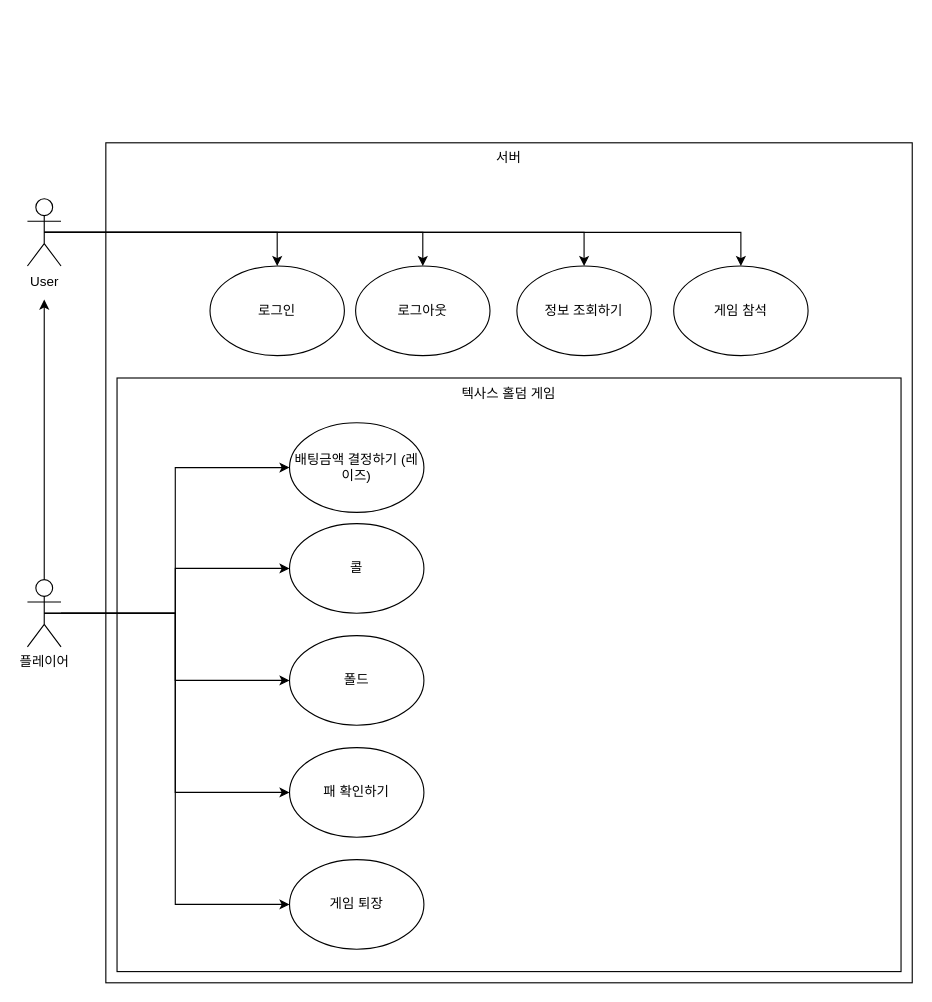
Before: Untitled Diagram.drawio in seonmin8284/Poker, a draw.io diagram. Source tidied: cells renumbered, new cells numbered last; positions are measured from the earlier drawing's top-left corner, leaving out a move shared by most shapes. Both pictures are drawn from the tidied source at 112%, with x=0, y=0 at pixel (27, 142).
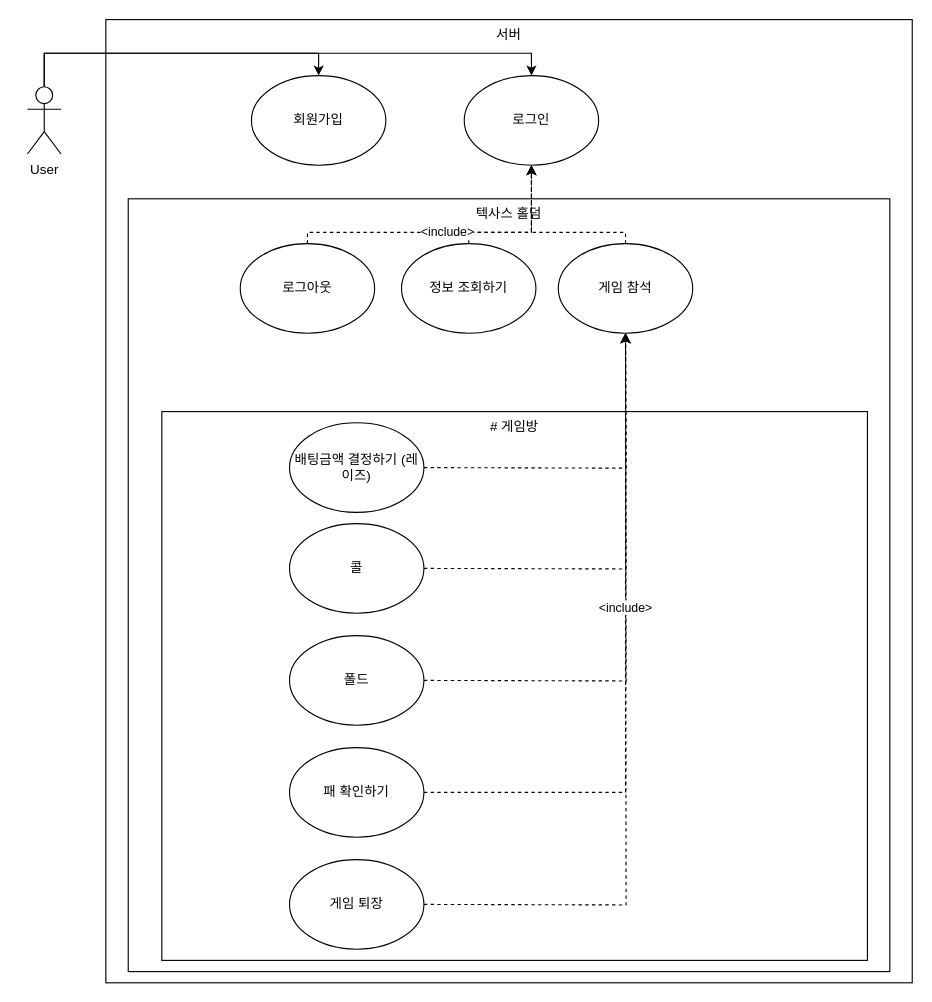
The same page after the edit.

The change refers to these unchanged cells:
```xml
<mxCell id="13" value="배팅금액 결정하기 (레이즈)" style="ellipse;whiteSpace=wrap;html=1;" parent="1" vertex="1">
  <mxGeometry x="234" y="250" width="120" height="80" as="geometry" />
</mxCell>
<mxCell id="14" value="콜" style="ellipse;whiteSpace=wrap;html=1;" parent="1" vertex="1">
  <mxGeometry x="234" y="340" width="120" height="80" as="geometry" />
</mxCell>
<mxCell id="15" value="폴드" style="ellipse;whiteSpace=wrap;html=1;" parent="1" vertex="1">
  <mxGeometry x="234" y="440" width="120" height="80" as="geometry" />
</mxCell>
<mxCell id="23" value="게임 퇴장" style="ellipse;whiteSpace=wrap;html=1;" parent="1" vertex="1">
  <mxGeometry x="234" y="640" width="120" height="80" as="geometry" />
</mxCell>
<mxCell id="24" value="패 확인하기" style="ellipse;whiteSpace=wrap;html=1;" parent="1" vertex="1">
  <mxGeometry x="234" y="540" width="120" height="80" as="geometry" />
</mxCell>
```

Diff of the diagram source:
```diff
@@
     <mxCell id="2" value="서버" style="rounded=0;whiteSpace=wrap;html=1;verticalAlign=top;" parent="1" vertex="1">
-      <mxGeometry x="70" width="720" height="750" as="geometry" />
+      <mxGeometry x="70" y="-110" width="720" height="860" as="geometry" />
     </mxCell>
-    <mxCell id="3" value="텍사스 홀덤 게임" style="rounded=0;whiteSpace=wrap;html=1;verticalAlign=top;" parent="1" vertex="1">
-      <mxGeometry x="80" y="210" width="700" height="530" as="geometry" />
+    <mxCell id="3" value="텍사스 홀덤" style="rounded=0;whiteSpace=wrap;html=1;verticalAlign=top;" parent="1" vertex="1">
+      <mxGeometry x="90" y="50" width="680" height="690" as="geometry" />
     </mxCell>
-    <mxCell id="4" style="edgeStyle=orthogonalEdgeStyle;rounded=0;jettySize=auto;html=1;entryX=0;entryY=0.5;entryDx=0;entryDy=0;" parent="1" edge="1" source="10" target="13">
-      <mxGeometry relative="1" as="geometry" />
-    </mxCell>
-    <mxCell id="5" style="edgeStyle=orthogonalEdgeStyle;rounded=0;jettySize=auto;html=1;entryX=0;entryY=0.5;entryDx=0;entryDy=0;" parent="1" edge="1" source="10" target="14">
-      <mxGeometry relative="1" as="geometry" />
-    </mxCell>
-    <mxCell id="6" style="edgeStyle=orthogonalEdgeStyle;rounded=0;jettySize=auto;html=1;exitX=0.5;exitY=0.5;exitDx=0;exitDy=0;exitPerimeter=0;entryX=0;entryY=0.5;entryDx=0;entryDy=0;" parent="1" edge="1" source="10" target="15">
-      <mxGeometry relative="1" as="geometry" />
-    </mxCell>
-    <mxCell id="7" style="edgeStyle=orthogonalEdgeStyle;rounded=0;jettySize=auto;html=1;exitX=0.5;exitY=0;exitDx=0;exitDy=0;exitPerimeter=0;" parent="1" edge="1" source="10">
-      <mxGeometry relative="1" as="geometry">
-        <mxPoint x="15" y="140" as="targetPoint" />
-      </mxGeometry>
-    </mxCell>
-    <mxCell id="8" style="edgeStyle=orthogonalEdgeStyle;rounded=0;jettySize=auto;html=1;exitX=0.5;exitY=0.5;exitDx=0;exitDy=0;exitPerimeter=0;entryX=0;entryY=0.5;entryDx=0;entryDy=0;" parent="1" edge="1" source="10" target="23">
-      <mxGeometry relative="1" as="geometry" />
-    </mxCell>
-    <mxCell id="9" style="edgeStyle=orthogonalEdgeStyle;rounded=0;jettySize=auto;html=1;exitX=0.5;exitY=0.5;exitDx=0;exitDy=0;exitPerimeter=0;entryX=0;entryY=0.5;entryDx=0;entryDy=0;" parent="1" edge="1" source="10" target="24">
-      <mxGeometry relative="1" as="geometry" />
-    </mxCell>
-    <mxCell id="10" value="플레이어" style="shape=umlActor;verticalLabelPosition=bottom;verticalAlign=top;html=1;outlineConnect=0;" parent="1" vertex="1">
-      <mxGeometry y="390" width="30" height="60" as="geometry" />
-    </mxCell>
-    <mxCell id="11" style="edgeStyle=orthogonalEdgeStyle;rounded=0;jettySize=auto;html=1;endArrow=classic;endFill=1;exitX=0.5;exitY=0.5;exitDx=0;exitDy=0;exitPerimeter=0;entryX=0.5;entryY=0;entryDx=0;entryDy=0;" parent="1" edge="1" source="19" target="12">
-      <mxGeometry relative="1" as="geometry">
-        <Array as="points">
-          <mxPoint x="637" y="80" />
-        </Array>
-      </mxGeometry>
-    </mxCell>
+    <mxCell id="25" value="# 게임방" style="rounded=0;whiteSpace=wrap;html=1;verticalAlign=top;" parent="1" vertex="1">
+      <mxGeometry x="120" y="240" width="630" height="490" as="geometry" />
+    </mxCell>
+    <mxCell id="26" style="edgeStyle=orthogonalEdgeStyle;rounded=0;jettySize=auto;html=1;endArrow=classic;endFill=1;entryX=0.5;entryY=1;entryDx=0;entryDy=0;dashed=1;" parent="1" edge="1" source="12" target="21">
+      <mxGeometry relative="1" as="geometry">
+        <Array as="points">
+          <mxPoint x="534" y="80" />
+          <mxPoint x="450" y="80" />
+        </Array>
+      </mxGeometry>
+    </mxCell>
     <mxCell id="12" value="게임 참석" style="ellipse;whiteSpace=wrap;html=1;" parent="1" vertex="1">
-      <mxGeometry x="577" y="110" width="120" height="80" as="geometry" />
+      <mxGeometry x="474" y="90" width="120" height="80" as="geometry" />
     </mxCell>
@@
-    <mxCell id="16" style="edgeStyle=orthogonalEdgeStyle;rounded=0;jettySize=auto;html=1;exitX=0.5;exitY=0.5;exitDx=0;exitDy=0;exitPerimeter=0;entryX=0.5;entryY=0;entryDx=0;entryDy=0;" parent="1" edge="1" source="19" target="20">
-      <mxGeometry relative="1" as="geometry" />
-    </mxCell>
-    <mxCell id="17" style="edgeStyle=orthogonalEdgeStyle;rounded=0;jettySize=auto;html=1;exitX=0.5;exitY=0.5;exitDx=0;exitDy=0;exitPerimeter=0;entryX=0.5;entryY=0;entryDx=0;entryDy=0;" parent="1" edge="1" source="19" target="21">
-      <mxGeometry relative="1" as="geometry" />
-    </mxCell>
-    <mxCell id="18" style="edgeStyle=orthogonalEdgeStyle;rounded=0;jettySize=auto;html=1;exitX=0.5;exitY=0.5;exitDx=0;exitDy=0;exitPerimeter=0;entryX=0.5;entryY=0;entryDx=0;entryDy=0;" parent="1" edge="1" source="19" target="22">
-      <mxGeometry relative="1" as="geometry" />
-    </mxCell>
-    <mxCell id="19" value="User" style="shape=umlActor;verticalLabelPosition=bottom;verticalAlign=top;html=1;outlineConnect=0;" parent="1" vertex="1">
-      <mxGeometry y="50" width="30" height="60" as="geometry" />
-    </mxCell>
+    <mxCell id="27" style="edgeStyle=orthogonalEdgeStyle;rounded=0;jettySize=auto;html=1;endArrow=classic;endFill=1;dashed=1;" parent="1" edge="1" source="20">
+      <mxGeometry relative="1" as="geometry">
+        <mxPoint x="450" y="20" as="targetPoint" />
+        <Array as="points">
+          <mxPoint x="394" y="80" />
+          <mxPoint x="450" y="80" />
+        </Array>
+      </mxGeometry>
+    </mxCell>
     <mxCell id="20" value="정보 조회하기" style="ellipse;whiteSpace=wrap;html=1;" parent="1" vertex="1">
-      <mxGeometry x="437" y="110" width="120" height="80" as="geometry" />
+      <mxGeometry x="334" y="90" width="120" height="80" as="geometry" />
     </mxCell>
-    <mxCell id="21" value="로그인" style="ellipse;whiteSpace=wrap;html=1;" parent="1" vertex="1">
-      <mxGeometry x="163" y="110" width="120" height="80" as="geometry" />
-    </mxCell>
+    <mxCell id="28" value="&amp;lt;include&amp;gt;" style="edgeStyle=orthogonalEdgeStyle;rounded=0;jettySize=auto;html=1;entryX=0.5;entryY=1;entryDx=0;entryDy=0;endArrow=classic;endFill=1;dashed=1;" parent="1" edge="1" source="22" target="21">
+      <mxGeometry relative="1" as="geometry">
+        <Array as="points">
+          <mxPoint x="250" y="80" />
+          <mxPoint x="450" y="80" />
+        </Array>
+      </mxGeometry>
+    </mxCell>
     <mxCell id="22" value="로그아웃" style="ellipse;whiteSpace=wrap;html=1;" parent="1" vertex="1">
-      <mxGeometry x="293" y="110" width="120" height="80" as="geometry" />
+      <mxGeometry x="190" y="90" width="120" height="80" as="geometry" />
     </mxCell>
@@
+    <mxCell id="29" style="edgeStyle=orthogonalEdgeStyle;rounded=0;jettySize=auto;html=1;endArrow=classic;endFill=1;dashed=1;" parent="1" edge="1" source="24" target="12">
+      <mxGeometry relative="1" as="geometry" />
+    </mxCell>
@@
+    <mxCell id="21" value="로그인" style="ellipse;whiteSpace=wrap;html=1;" parent="1" vertex="1">
+      <mxGeometry x="390" y="-60" width="120" height="80" as="geometry" />
+    </mxCell>
+    <mxCell id="30" value="회원가입" style="ellipse;whiteSpace=wrap;html=1;" parent="1" vertex="1">
+      <mxGeometry x="200" y="-60" width="120" height="80" as="geometry" />
+    </mxCell>
+    <mxCell id="31" style="edgeStyle=orthogonalEdgeStyle;rounded=0;jettySize=auto;html=1;entryX=0.5;entryY=0;entryDx=0;entryDy=0;endArrow=classic;endFill=1;" parent="1" edge="1" source="19" target="30">
+      <mxGeometry relative="1" as="geometry">
+        <Array as="points">
+          <mxPoint x="15" y="-80" />
+          <mxPoint x="260" y="-80" />
+        </Array>
+      </mxGeometry>
+    </mxCell>
+    <mxCell id="17" style="edgeStyle=orthogonalEdgeStyle;rounded=0;jettySize=auto;html=1;entryX=0.5;entryY=0;entryDx=0;entryDy=0;endArrow=classic;endFill=1;" parent="1" edge="1" source="19" target="21">
+      <mxGeometry relative="1" as="geometry">
+        <Array as="points">
+          <mxPoint x="15" y="-80" />
+          <mxPoint x="450" y="-80" />
+        </Array>
+      </mxGeometry>
+    </mxCell>
+    <mxCell id="19" value="User" style="shape=umlActor;verticalLabelPosition=bottom;verticalAlign=top;html=1;outlineConnect=0;" parent="1" vertex="1">
+      <mxGeometry y="-50" width="30" height="60" as="geometry" />
+    </mxCell>
+    <mxCell id="32" style="edgeStyle=orthogonalEdgeStyle;rounded=0;orthogonalLoop=1;jettySize=auto;html=1;endArrow=classic;endFill=1;dashed=1;" parent="1" edge="1">
+      <mxGeometry relative="1" as="geometry">
+        <mxPoint x="354" y="680" as="sourcePoint" />
+        <mxPoint x="534" y="170" as="targetPoint" />
+      </mxGeometry>
+    </mxCell>
+    <mxCell id="33" style="edgeStyle=orthogonalEdgeStyle;rounded=0;orthogonalLoop=1;jettySize=auto;html=1;exitX=1;exitY=0.5;exitDx=0;exitDy=0;endArrow=classic;endFill=1;dashed=1;" parent="1" edge="1">
+      <mxGeometry relative="1" as="geometry">
+        <mxPoint x="354" y="290" as="sourcePoint" />
+        <mxPoint x="534" y="170" as="targetPoint" />
+      </mxGeometry>
+    </mxCell>
+    <mxCell id="34" style="edgeStyle=orthogonalEdgeStyle;rounded=0;orthogonalLoop=1;jettySize=auto;html=1;exitX=1;exitY=0.5;exitDx=0;exitDy=0;endArrow=classic;endFill=1;dashed=1;" parent="1" edge="1">
+      <mxGeometry relative="1" as="geometry">
+        <mxPoint x="354" y="380" as="sourcePoint" />
+        <mxPoint x="534" y="170" as="targetPoint" />
+      </mxGeometry>
+    </mxCell>
+    <mxCell id="35" value="&amp;lt;include&amp;gt;" style="edgeStyle=orthogonalEdgeStyle;rounded=0;orthogonalLoop=1;jettySize=auto;html=1;entryX=0.5;entryY=1;entryDx=0;entryDy=0;endArrow=classic;endFill=1;dashed=1;" parent="1" edge="1">
+      <mxGeometry relative="1" as="geometry">
+        <mxPoint x="354" y="480" as="sourcePoint" />
+        <mxPoint x="534" y="170" as="targetPoint" />
+      </mxGeometry>
+    </mxCell>
```
